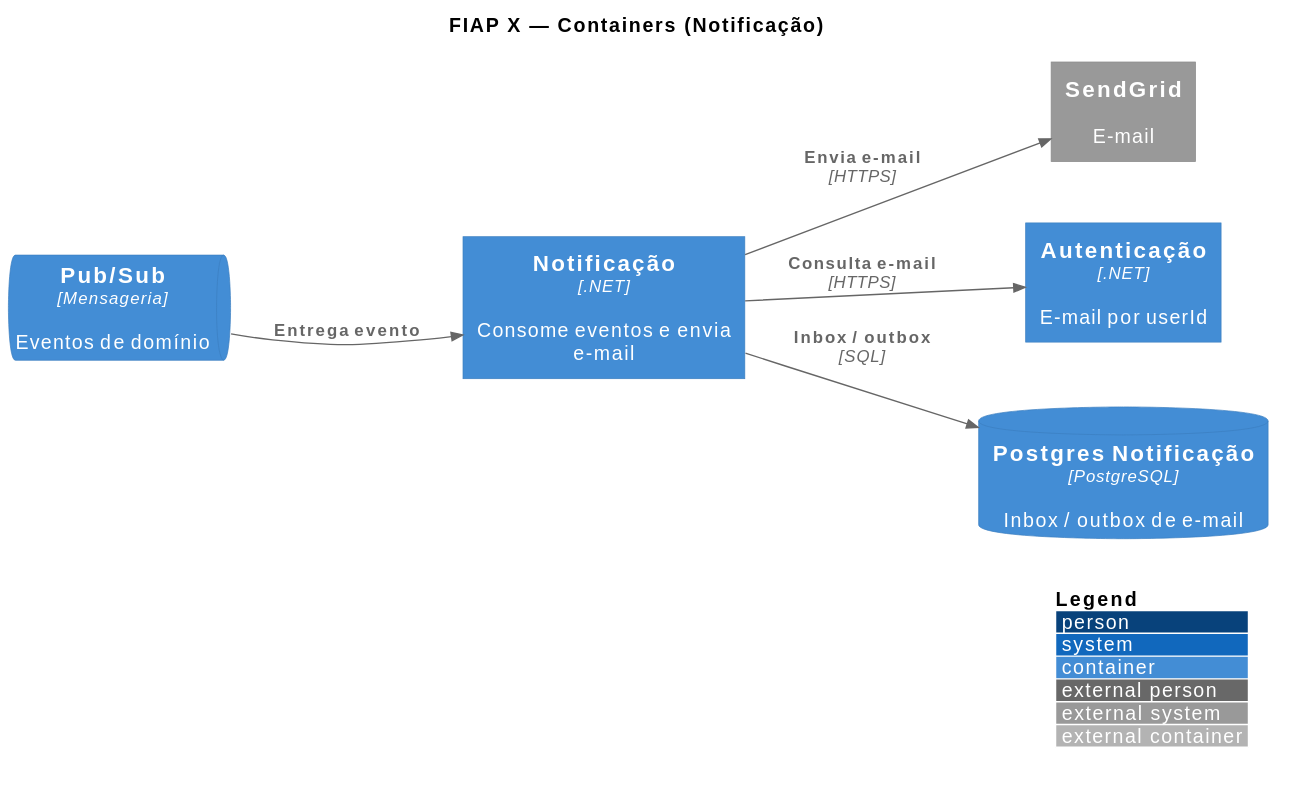
Earlier version of the PlantUML export arquitetura/05_containers-notificacao.svg (fiap-x-vcosta/docs).
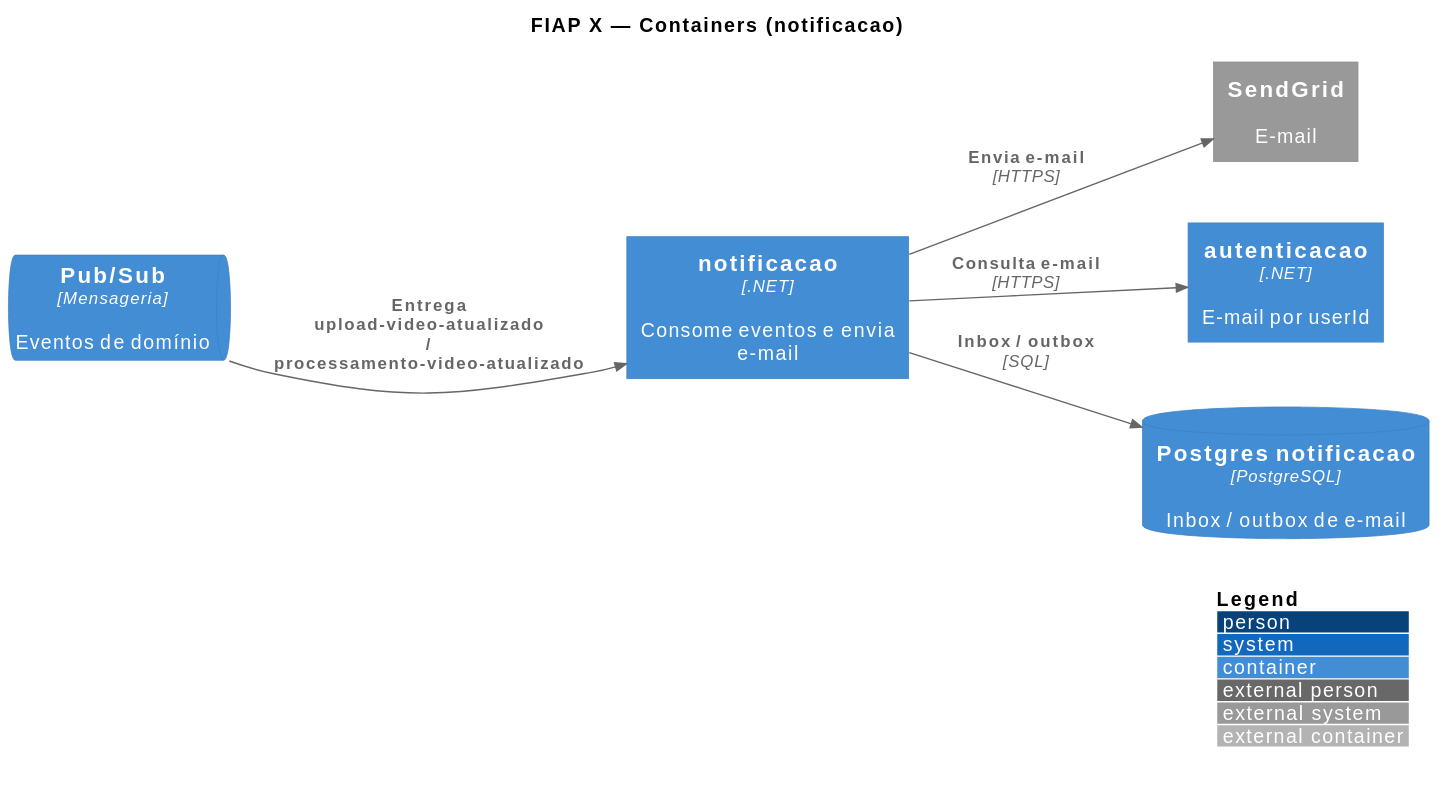
After the change.

Diff of the diagram source:
```diff
@@ -4,15 +4,15 @@
 LAYOUT_WITH_LEGEND()
 LAYOUT_LEFT_RIGHT()
 
-title FIAP X — Containers (Notificação)
+title FIAP X — Containers (notificacao)
 
 ContainerQueue(pubsub, "Pub/Sub", "Mensageria", "Eventos de domínio")
-Container(notif, "Notificação", ".NET", "Consome eventos e envia e-mail")
-Container(auth, "Autenticação", ".NET", "E-mail por userId")
-ContainerDb(pgNotif, "Postgres Notificação", "PostgreSQL", "Inbox / outbox de e-mail")
+Container(notif, "notificacao", ".NET", "Consome eventos e envia e-mail")
+Container(auth, "autenticacao", ".NET", "E-mail por userId")
+ContainerDb(pgNotif, "Postgres notificacao", "PostgreSQL", "Inbox / outbox de e-mail")
 System_Ext(sendgrid, "SendGrid", "E-mail")
 
-Rel(pubsub, notif, "Entrega evento")
+Rel(pubsub, notif, "Entrega upload-video-atualizado / processamento-video-atualizado")
 Rel(notif, auth, "Consulta e-mail", "HTTPS")
 Rel(notif, pgNotif, "Inbox / outbox", "SQL")
 Rel(notif, sendgrid, "Envia e-mail", "HTTPS")
```
